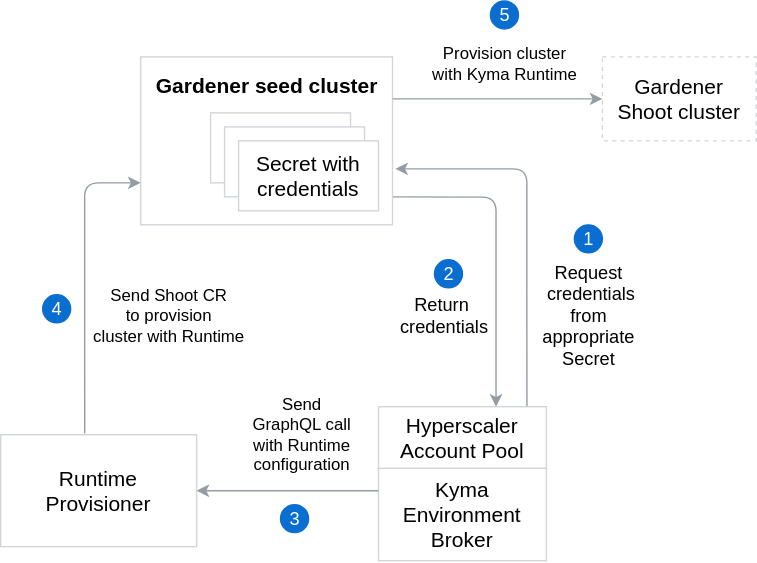
Earlier version of the draw.io export docs/kyma-environment-broker/assets/hap-flow.svg (kyma-incubator/compass). Source tidied: cells renumbered, new cells last; positions are measured from the earlier drawing's top-left corner, leaving out a move shared by most shapes. The source it was exported from:
```xml
<mxGraphModel>
  <root>
    <mxCell id="0" />
    <mxCell id="1" parent="0" />
    <mxCell id="2" style="endArrow=none;startArrow=classic;html=1;strokeColor=#959CA4;startFill=1;endFill=0;" parent="1" edge="1">
      <mxGeometry relative="1" as="geometry">
        <mxPoint x="354" y="290" as="sourcePoint" />
        <mxPoint x="280" y="140" as="targetPoint" />
        <Array as="points">
          <mxPoint x="354" y="240.3" />
          <mxPoint x="354" y="140.3" />
        </Array>
      </mxGeometry>
    </mxCell>
    <mxCell id="3" style="rounded=0;whiteSpace=wrap;html=1;strokeColor=#D2D5D9;" parent="1" vertex="1">
      <mxGeometry x="100" y="40" width="180" height="120" as="geometry" />
    </mxCell>
    <mxCell id="4" value="&lt;font style=&quot;font-size: 15px&quot;&gt;Gardener &lt;br&gt;Shoot cluster&lt;/font&gt;" style="rounded=0;whiteSpace=wrap;html=1;strokeColor=#D2D5D9;dashed=1;" parent="1" vertex="1">
      <mxGeometry x="430" y="40" width="110" height="60" as="geometry" />
    </mxCell>
    <mxCell id="5" value="&lt;font style=&quot;font-size: 15px&quot;&gt;Runtime &lt;br&gt;Provisioner&lt;/font&gt;" style="rounded=0;whiteSpace=wrap;html=1;strokeColor=#D2D5D9;" parent="1" vertex="1">
      <mxGeometry y="310" width="140" height="80" as="geometry" />
    </mxCell>
    <mxCell id="6" value="&lt;b&gt;&lt;font style=&quot;font-size: 15px&quot;&gt;Gardener seed cluster&lt;/font&gt;&lt;/b&gt;" style="text;html=1;align=center;verticalAlign=middle;" parent="1" vertex="1">
      <mxGeometry x="105" y="50" width="170" height="20" as="geometry" />
    </mxCell>
    <mxCell id="7" value="&lt;font style=&quot;font-size: 15px&quot;&gt;Secret with credentials&lt;/font&gt;" style="rounded=0;whiteSpace=wrap;html=1;strokeColor=#D2D5D9;" parent="1" vertex="1">
      <mxGeometry x="150" y="80" width="100" height="50" as="geometry" />
    </mxCell>
    <mxCell id="8" style="group;" parent="1" vertex="1">
      <mxGeometry x="270" y="290" width="120" height="110" as="geometry" />
    </mxCell>
    <mxCell id="9" value="&lt;font style=&quot;font-size: 15px&quot;&gt;Kyma Environment Broker&lt;/font&gt;" style="rounded=0;whiteSpace=wrap;html=1;strokeColor=#D2D5D9;" parent="8" vertex="1">
      <mxGeometry y="44" width="120" height="66" as="geometry" />
    </mxCell>
    <mxCell id="10" value="&lt;font style=&quot;font-size: 15px&quot;&gt;Hyperscaler Account Pool&lt;/font&gt;" style="rounded=0;whiteSpace=wrap;html=1;strokeColor=#D2D5D9;" parent="8" vertex="1">
      <mxGeometry width="120" height="44" as="geometry" />
    </mxCell>
    <mxCell id="11" style="endArrow=classic;startArrow=none;html=1;strokeColor=#959CA4;startFill=0;exitX=0.884;exitY=-0.006;exitDx=0;exitDy=0;exitPerimeter=0;" parent="1" edge="1" source="10">
      <mxGeometry relative="1" as="geometry">
        <mxPoint x="282" y="120" as="targetPoint" />
        <Array as="points">
          <mxPoint x="376" y="220" />
          <mxPoint x="376" y="120" />
        </Array>
      </mxGeometry>
    </mxCell>
    <mxCell id="12" style="group;" parent="1" vertex="1">
      <mxGeometry x="410" y="160" width="20" height="20" as="geometry" />
    </mxCell>
    <mxCell id="13" style="ellipse;whiteSpace=wrap;html=1;strokeColor=#0A6ED1;fillColor=#0A6ED1;fontColor=#FFFFFF;" parent="12" vertex="1">
      <mxGeometry width="20" height="20" as="geometry" />
    </mxCell>
    <mxCell id="14" value="1" style="text;html=1;align=center;verticalAlign=middle;fillColor=none;strokeColor=none;rounded=0;fontColor=#FFFFFF;fontSize=13;" parent="12" vertex="1">
      <mxGeometry width="20" height="20" as="geometry" />
    </mxCell>
    <mxCell id="15" value="&lt;font style=&quot;font-size: 13px&quot;&gt;Request&lt;br&gt;&amp;nbsp;credentials &lt;br&gt;from &lt;br&gt;appropriate&lt;br&gt;Secret&lt;/font&gt;" style="text;html=1;align=center;verticalAlign=middle;" parent="1" vertex="1">
      <mxGeometry x="380" y="185" width="80" height="80" as="geometry" />
    </mxCell>
    <mxCell id="16" style="endArrow=classic;startArrow=none;html=1;entryX=1;entryY=0.5;entryDx=0;entryDy=0;strokeColor=#959CA4;startFill=0;" parent="1" edge="1" target="5">
      <mxGeometry relative="1" as="geometry">
        <mxPoint x="270" y="350" as="sourcePoint" />
        <Array as="points">
          <mxPoint x="210" y="350" />
        </Array>
      </mxGeometry>
    </mxCell>
    <mxCell id="17" style="group;" parent="1" vertex="1">
      <mxGeometry x="200" y="360" width="20" height="20" as="geometry" />
    </mxCell>
    <mxCell id="18" style="ellipse;whiteSpace=wrap;html=1;strokeColor=#0A6ED1;fillColor=#0A6ED1;fontColor=#FFFFFF;" parent="17" vertex="1">
      <mxGeometry width="20" height="20" as="geometry" />
    </mxCell>
    <mxCell id="19" value="3" style="text;html=1;align=center;verticalAlign=middle;fillColor=none;strokeColor=none;rounded=0;fontColor=#FFFFFF;fontSize=13;" parent="17" vertex="1">
      <mxGeometry width="20" height="20" as="geometry" />
    </mxCell>
    <mxCell id="20" value="Send &lt;br&gt;GraphQL call &lt;br&gt;with Runtime &lt;br&gt;configuration" style="text;html=1;align=center;verticalAlign=middle;" parent="1" vertex="1">
      <mxGeometry x="170" y="280" width="90" height="60" as="geometry" />
    </mxCell>
    <mxCell id="21" value="&lt;font style=&quot;font-size: 15px&quot;&gt;Secret with credentials&lt;/font&gt;" style="rounded=0;whiteSpace=wrap;html=1;strokeColor=#D2D5D9;" parent="1" vertex="1">
      <mxGeometry x="160" y="90" width="100" height="50" as="geometry" />
    </mxCell>
    <mxCell id="22" value="&lt;font style=&quot;font-size: 15px&quot;&gt;Secret with credentials&lt;/font&gt;" style="rounded=0;whiteSpace=wrap;html=1;strokeColor=#D2D5D9;" parent="1" vertex="1">
      <mxGeometry x="170" y="100" width="100" height="50" as="geometry" />
    </mxCell>
    <mxCell id="23" style="endArrow=classic;startArrow=none;html=1;entryX=0;entryY=0.75;entryDx=0;entryDy=0;strokeColor=#959CA4;startFill=0;exitX=0.429;exitY=-0.012;exitDx=0;exitDy=0;exitPerimeter=0;" parent="1" edge="1" source="5" target="3">
      <mxGeometry relative="1" as="geometry">
        <Array as="points">
          <mxPoint x="60" y="270" />
          <mxPoint x="60" y="130" />
        </Array>
      </mxGeometry>
    </mxCell>
    <mxCell id="24" style="group;" parent="1" vertex="1">
      <mxGeometry x="30" y="210" width="20" height="20" as="geometry" />
    </mxCell>
    <mxCell id="25" style="ellipse;whiteSpace=wrap;html=1;strokeColor=#0A6ED1;fillColor=#0A6ED1;fontColor=#FFFFFF;" parent="24" vertex="1">
      <mxGeometry width="20" height="20" as="geometry" />
    </mxCell>
    <mxCell id="26" value="4" style="text;html=1;align=center;verticalAlign=middle;fillColor=none;strokeColor=none;rounded=0;fontColor=#FFFFFF;fontSize=13;" parent="24" vertex="1">
      <mxGeometry width="20" height="20" as="geometry" />
    </mxCell>
    <mxCell id="27" value="Send Shoot CR &lt;br&gt;to provision &lt;br&gt;cluster with Runtime" style="text;html=1;align=center;verticalAlign=middle;" parent="1" vertex="1">
      <mxGeometry x="60" y="200" width="120" height="50" as="geometry" />
    </mxCell>
    <mxCell id="28" style="group;" parent="1" vertex="1">
      <mxGeometry x="310" y="185" width="20" height="20" as="geometry" />
    </mxCell>
    <mxCell id="29" style="ellipse;whiteSpace=wrap;html=1;strokeColor=#0A6ED1;fillColor=#0A6ED1;fontColor=#FFFFFF;" parent="28" vertex="1">
      <mxGeometry width="20" height="20" as="geometry" />
    </mxCell>
    <mxCell id="30" value="2" style="text;html=1;align=center;verticalAlign=middle;fillColor=none;strokeColor=none;rounded=0;fontColor=#FFFFFF;fontSize=13;" parent="28" vertex="1">
      <mxGeometry width="20" height="20" as="geometry" />
    </mxCell>
    <mxCell id="31" value="&lt;font style=&quot;font-size: 13px&quot;&gt;Return&lt;br&gt;&amp;nbsp;credentials &lt;br&gt;&lt;/font&gt;" style="text;html=1;align=center;verticalAlign=middle;" parent="1" vertex="1">
      <mxGeometry x="275" y="210" width="80" height="30" as="geometry" />
    </mxCell>
    <mxCell id="32" style="endArrow=classic;startArrow=none;html=1;entryX=0;entryY=0.5;entryDx=0;entryDy=0;strokeColor=#959CA4;startFill=0;exitX=1;exitY=0.25;exitDx=0;exitDy=0;" parent="1" edge="1" source="3" target="4">
      <mxGeometry relative="1" as="geometry" />
    </mxCell>
    <mxCell id="33" style="group;" parent="1" vertex="1">
      <mxGeometry x="350" width="20" height="20" as="geometry" />
    </mxCell>
    <mxCell id="34" style="ellipse;whiteSpace=wrap;html=1;strokeColor=#0A6ED1;fillColor=#0A6ED1;fontColor=#FFFFFF;" parent="33" vertex="1">
      <mxGeometry width="20" height="20" as="geometry" />
    </mxCell>
    <mxCell id="35" value="5" style="text;html=1;align=center;verticalAlign=middle;fillColor=none;strokeColor=none;rounded=0;fontColor=#FFFFFF;fontSize=13;" parent="33" vertex="1">
      <mxGeometry width="20" height="20" as="geometry" />
    </mxCell>
    <mxCell id="36" value="Provision cluster &lt;br&gt;with Kyma Runtime" style="text;html=1;align=center;verticalAlign=middle;" parent="1" vertex="1">
      <mxGeometry x="300" y="30" width="120" height="30" as="geometry" />
    </mxCell>
  </root>
</mxGraphModel>
```
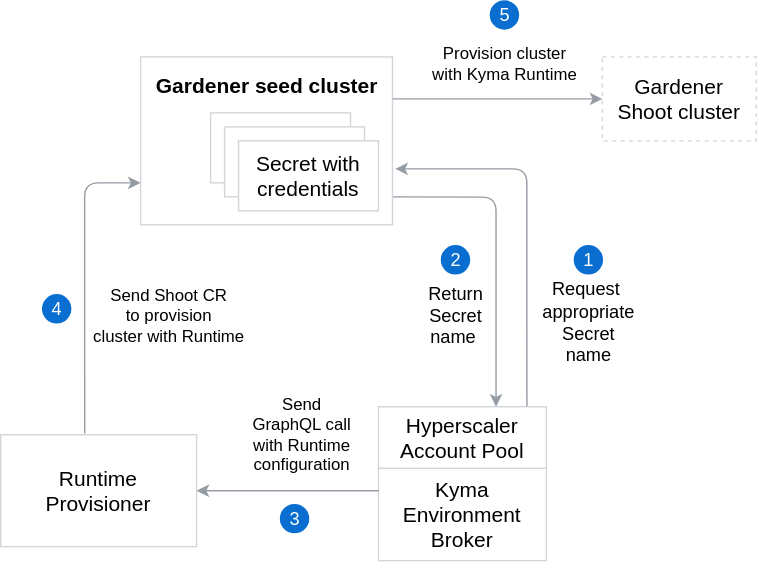
The same diagram one commit later.

Commit message:
Update HAP flow diagram

The edit, as a diff of the source:
```diff
@@ -46,7 +46,7 @@
       </mxGeometry>
     </mxCell>
     <mxCell id="12" style="group;" parent="1" vertex="1">
-      <mxGeometry x="410" y="160" width="20" height="20" as="geometry" />
+      <mxGeometry x="410" y="175" width="20" height="20" as="geometry" />
     </mxCell>
     <mxCell id="13" style="ellipse;whiteSpace=wrap;html=1;strokeColor=#0A6ED1;fillColor=#0A6ED1;fontColor=#FFFFFF;" parent="12" vertex="1">
       <mxGeometry width="20" height="20" as="geometry" />
@@ -54,8 +54,8 @@
     <mxCell id="14" value="1" style="text;html=1;align=center;verticalAlign=middle;fillColor=none;strokeColor=none;rounded=0;fontColor=#FFFFFF;fontSize=13;" parent="12" vertex="1">
       <mxGeometry width="20" height="20" as="geometry" />
     </mxCell>
-    <mxCell id="15" value="&lt;font style=&quot;font-size: 13px&quot;&gt;Request&lt;br&gt;&amp;nbsp;credentials &lt;br&gt;from &lt;br&gt;appropriate&lt;br&gt;Secret&lt;/font&gt;" style="text;html=1;align=center;verticalAlign=middle;" parent="1" vertex="1">
-      <mxGeometry x="380" y="185" width="80" height="80" as="geometry" />
+    <mxCell id="15" value="&lt;font style=&quot;font-size: 13px&quot;&gt;Request&amp;nbsp;&lt;br&gt;appropriate&lt;br&gt;Secret&lt;br&gt;name&lt;/font&gt;" style="text;html=1;align=center;verticalAlign=middle;" parent="1" vertex="1">
+      <mxGeometry x="380" y="200" width="80" height="60" as="geometry" />
     </mxCell>
     <mxCell id="16" style="endArrow=classic;startArrow=none;html=1;entryX=1;entryY=0.5;entryDx=0;entryDy=0;strokeColor=#959CA4;startFill=0;" parent="1" edge="1" target="5">
       <mxGeometry relative="1" as="geometry">
@@ -104,7 +104,7 @@
       <mxGeometry x="60" y="200" width="120" height="50" as="geometry" />
     </mxCell>
     <mxCell id="28" style="group;" parent="1" vertex="1">
-      <mxGeometry x="310" y="185" width="20" height="20" as="geometry" />
+      <mxGeometry x="315" y="175" width="20" height="20" as="geometry" />
     </mxCell>
     <mxCell id="29" style="ellipse;whiteSpace=wrap;html=1;strokeColor=#0A6ED1;fillColor=#0A6ED1;fontColor=#FFFFFF;" parent="28" vertex="1">
       <mxGeometry width="20" height="20" as="geometry" />
@@ -112,8 +112,8 @@
     <mxCell id="30" value="2" style="text;html=1;align=center;verticalAlign=middle;fillColor=none;strokeColor=none;rounded=0;fontColor=#FFFFFF;fontSize=13;" parent="28" vertex="1">
       <mxGeometry width="20" height="20" as="geometry" />
     </mxCell>
-    <mxCell id="31" value="&lt;font style=&quot;font-size: 13px&quot;&gt;Return&lt;br&gt;&amp;nbsp;credentials &lt;br&gt;&lt;/font&gt;" style="text;html=1;align=center;verticalAlign=middle;" parent="1" vertex="1">
-      <mxGeometry x="275" y="210" width="80" height="30" as="geometry" />
+    <mxCell id="31" value="&lt;font style=&quot;font-size: 13px&quot;&gt;Return&lt;br&gt;Secret&lt;br&gt;name&amp;nbsp;&lt;br&gt;&lt;/font&gt;" style="text;html=1;align=center;verticalAlign=middle;" parent="1" vertex="1">
+      <mxGeometry x="300" y="200" width="50" height="50" as="geometry" />
     </mxCell>
     <mxCell id="32" style="endArrow=classic;startArrow=none;html=1;entryX=0;entryY=0.5;entryDx=0;entryDy=0;strokeColor=#959CA4;startFill=0;exitX=1;exitY=0.25;exitDx=0;exitDy=0;" parent="1" edge="1" source="3" target="4">
       <mxGeometry relative="1" as="geometry" />
```
